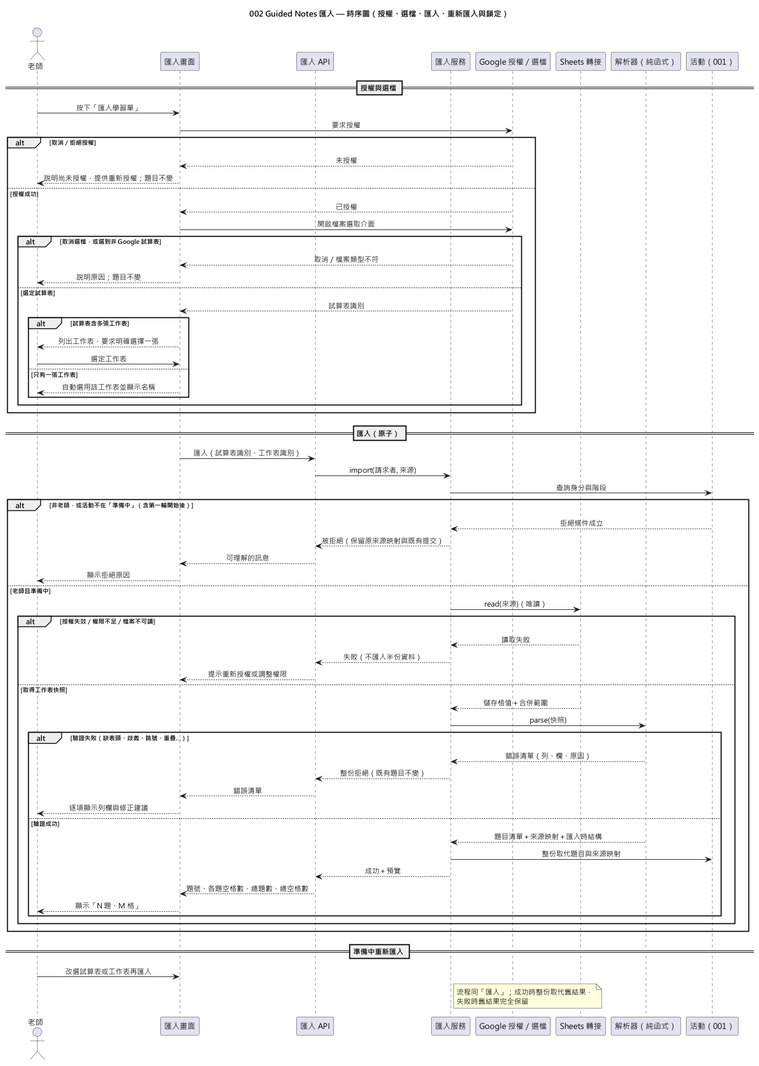
Before: diagrams/002-guided-notes-import-sequence.png, a diagram exported from PlantUML (EricC430/lecture-answer-first_group16_speckit).
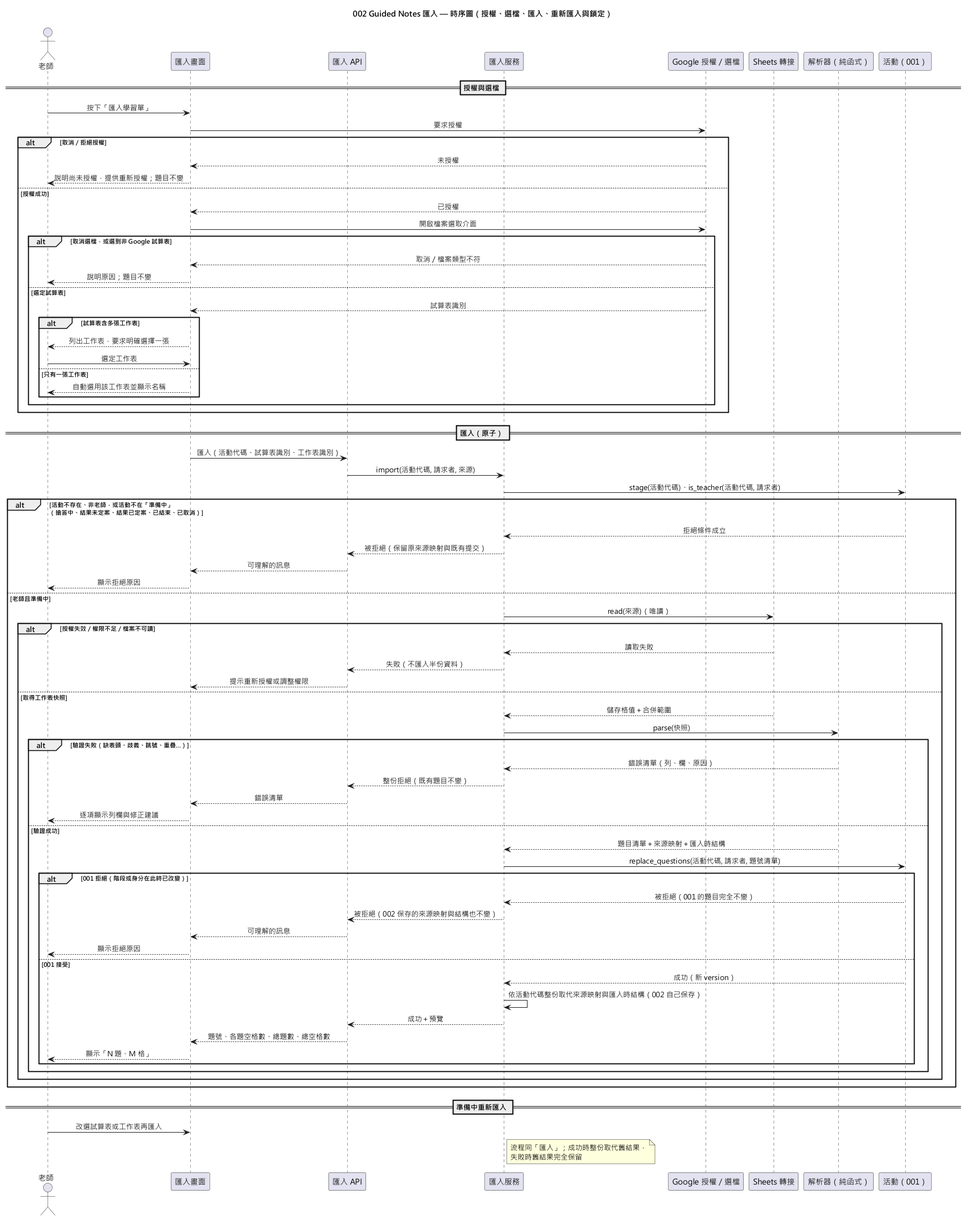
The same diagram one commit later.

The edit, as a diff of the source:
```diff
@@ -36,10 +36,10 @@
 end
 
 == 匯入（原子） ==
-UI -> API : 匯入（試算表識別、工作表識別）
-API -> S : import(請求者, 來源)
-S -> A : 查詢身分與階段
-alt 非老師，或活動不在「準備中」（含第一輪開始後）
+UI -> API : 匯入（活動代碼、試算表識別、工作表識別）
+API -> S : import(活動代碼, 請求者, 來源)
+S -> A : stage(活動代碼)、is_teacher(活動代碼, 請求者)
+alt 活動不存在、非老師，或活動不在「準備中」\n（搶答中、結果未定案、結果已定案、已結束、已取消）
   A --> S : 拒絕條件成立
   S --> API : 被拒絕（保留原來源映射與既有提交）
   API --> UI : 可理解的訊息
@@ -60,10 +60,19 @@
       UI --> T : 逐項顯示列欄與修正建議
     else 驗證成功
       P --> S : 題目清單＋來源映射＋匯入時結構
-      S -> A : 整份取代題目與來源映射
-      S --> API : 成功＋預覽
-      API --> UI : 題號、各題空格數、總題數、總空格數
-      UI --> T : 顯示「N 題、M 格」
+      S -> A : replace_questions(活動代碼, 請求者, 題號清單)
+      alt 001 拒絕（階段或身分在此時已改變）
+        A --> S : 被拒絕（001 的題目完全不變）
+        S --> API : 被拒絕（002 保存的來源映射與結構也不變）
+        API --> UI : 可理解的訊息
+        UI --> T : 顯示拒絕原因
+      else 001 接受
+        A --> S : 成功（新 version）
+        S -> S : 依活動代碼整份取代來源映射與匯入時結構（002 自己保存）
+        S --> API : 成功＋預覽
+        API --> UI : 題號、各題空格數、總題數、總空格數
+        UI --> T : 顯示「N 題、M 格」
+      end
     end
   end
 end
```
